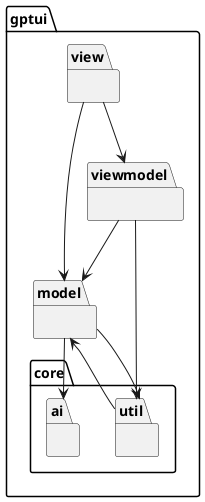
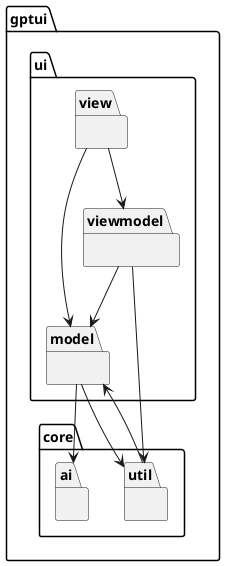
@startuml
'https://plantuml.com/class-diagram

package gptui {
    package core {
        package ai {}
        package util {}
    }
-     package model {}
-     package view {}
-     package viewmodel {}
+     package ui {
+         package model {}
+         package view {}
+         package viewmodel {}
+     }
}

view --> viewmodel
view --> model
viewmodel --> model
viewmodel --> util
model --> util
util --> model
model --> ai

@enduml